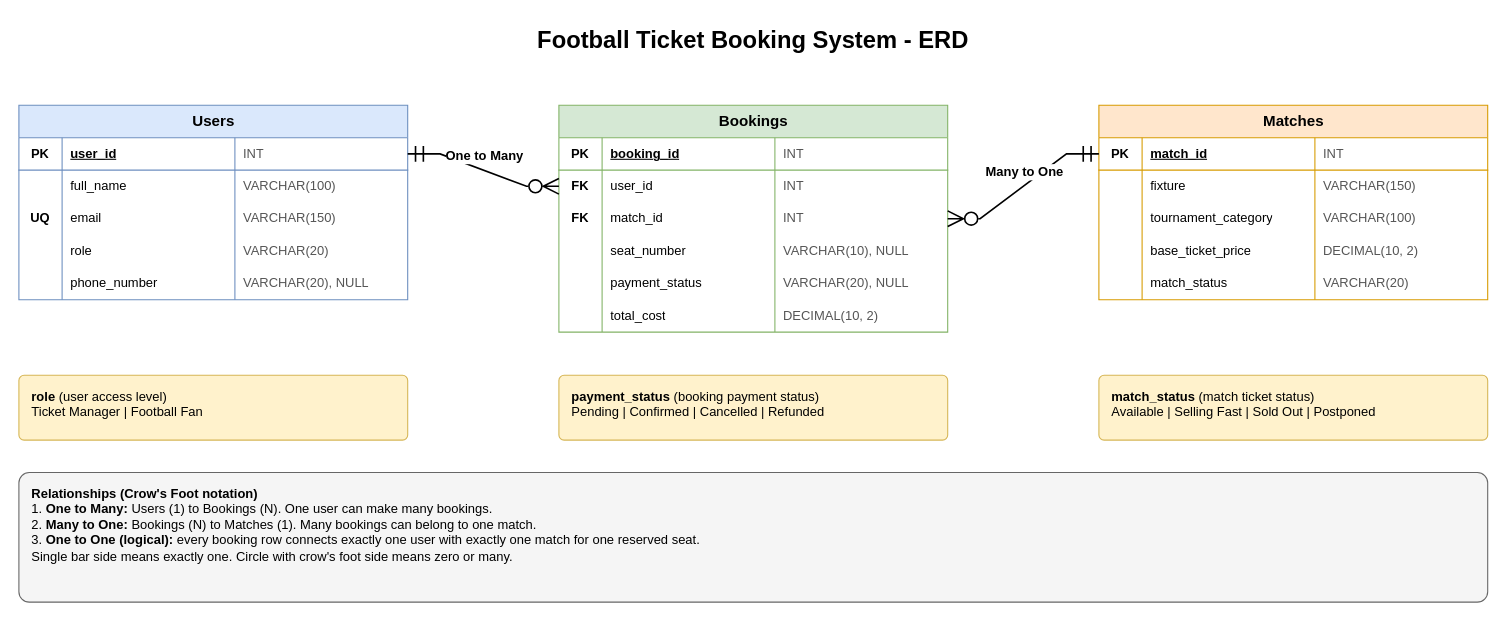
ebrahim2355/football-ticket-booking-system keeps this draw.io diagram as ERD.drawio. Above is the earlier version. Source tidied: cells renumbered, new cells numbered last; positions are measured from the earlier drawing's top-left corner, leaving out a move shared by most shapes. Both pictures are drawn from the tidied source at 108%, with x=0, y=0 at pixel (18, 18).
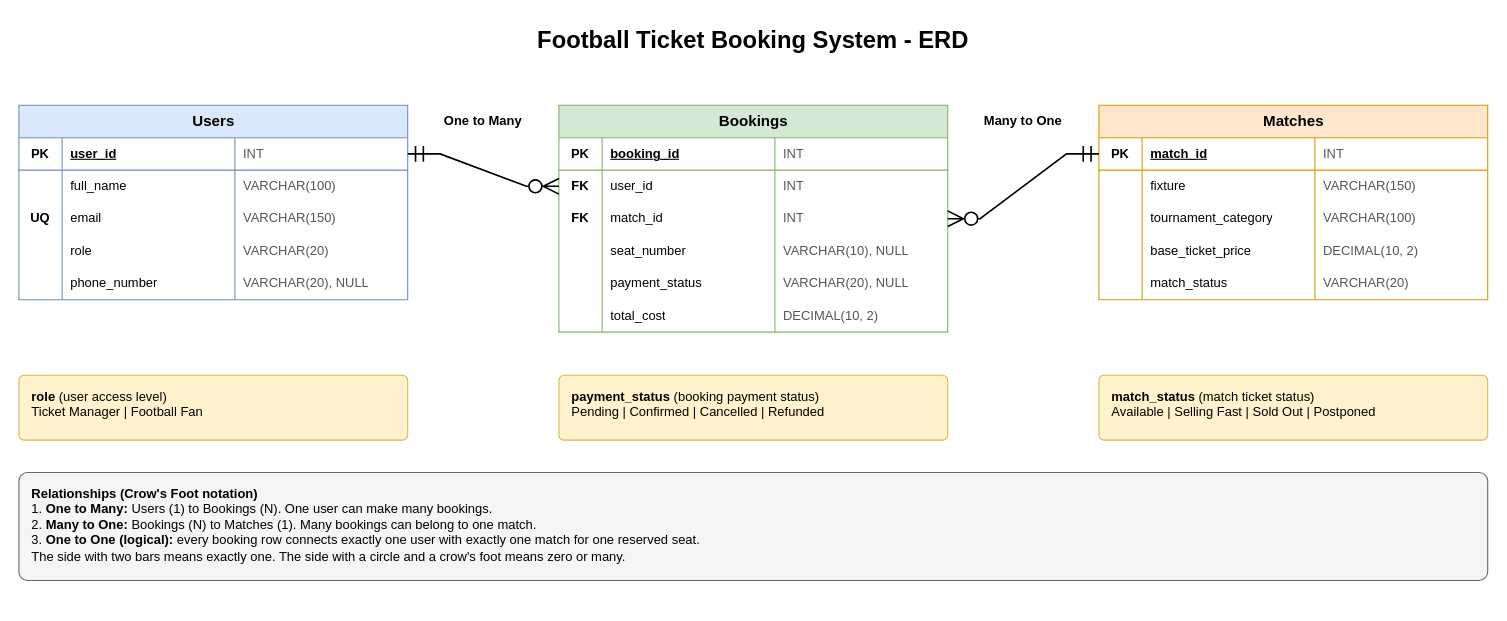
The same page after the edit.

Commit message:
erd relationship labels fixed

The change refers to these unchanged cells:
```xml
<mxCell id="70" style="edgeStyle=entityRelationEdgeStyle;fontSize=12;html=1;startArrow=ERmandOne;startFill=0;startSize=12;endArrow=ERzeroToMany;endFill=0;endSize=12;rounded=0;strokeWidth=1.5;" parent="1" edge="1" source="4" target="29">
  <mxGeometry relative="1" as="geometry" />
</mxCell>
<mxCell id="72" style="edgeStyle=entityRelationEdgeStyle;fontSize=12;html=1;startArrow=ERmandOne;startFill=0;startSize=12;endArrow=ERzeroToMany;endFill=0;endSize=12;rounded=0;strokeWidth=1.5;" parent="1" edge="1" source="50" target="33">
  <mxGeometry relative="1" as="geometry" />
</mxCell>
```

The edit, as a diff of the source:
```diff
@@
-    <mxCell id="71" value="One to Many" style="edgeLabel;html=1;align=center;verticalAlign=middle;fontSize=12;fontStyle=1;" parent="70" vertex="1">
-      <mxGeometry relative="1" as="geometry">
-        <mxPoint y="-14" as="offset" />
-      </mxGeometry>
+    <mxCell id="71" value="One to Many" style="text;html=1;strokeColor=none;fillColor=none;align=center;verticalAlign=middle;whiteSpace=wrap;rounded=0;fontSize=12;fontStyle=1;" parent="1" vertex="1">
+      <mxGeometry x="360" y="83" width="140" height="24" as="geometry" />
     </mxCell>
@@
-    <mxCell id="73" value="Many to One" style="edgeLabel;html=1;align=center;verticalAlign=middle;fontSize=12;fontStyle=1;" parent="72" vertex="1">
-      <mxGeometry relative="1" as="geometry">
-        <mxPoint y="-14" as="offset" />
-      </mxGeometry>
+    <mxCell id="73" value="Many to One" style="text;html=1;strokeColor=none;fillColor=none;align=center;verticalAlign=middle;whiteSpace=wrap;rounded=0;fontSize=12;fontStyle=1;" parent="1" vertex="1">
+      <mxGeometry x="860" y="83" width="140" height="24" as="geometry" />
     </mxCell>
@@
-    <mxCell id="77" value="&lt;b&gt;Relationships (Crow's Foot notation)&lt;/b&gt;&lt;br&gt;1. &lt;b&gt;One to Many:&lt;/b&gt; Users (1) to Bookings (N). One user can make many bookings.&lt;br&gt;2. &lt;b&gt;Many to One:&lt;/b&gt; Bookings (N) to Matches (1). Many bookings can belong to one match.&lt;br&gt;3. &lt;b&gt;One to One (logical):&lt;/b&gt; every booking row connects exactly one user with exactly one match for one reserved seat.&lt;br&gt;Single bar side means exactly one. Circle with crow's foot side means zero or many." style="rounded=1;arcSize=8;whiteSpace=wrap;html=1;fillColor=#f5f5f5;strokeColor=#666666;align=left;verticalAlign=top;spacingLeft=10;spacingTop=6;spacingRight=10;fontSize=12;" parent="1" vertex="1">
-      <mxGeometry y="420" width="1360" height="120" as="geometry" />
+    <mxCell id="77" value="&lt;b&gt;Relationships (Crow's Foot notation)&lt;/b&gt;&lt;br&gt;1. &lt;b&gt;One to Many:&lt;/b&gt; Users (1) to Bookings (N). One user can make many bookings.&lt;br&gt;2. &lt;b&gt;Many to One:&lt;/b&gt; Bookings (N) to Matches (1). Many bookings can belong to one match.&lt;br&gt;3. &lt;b&gt;One to One (logical):&lt;/b&gt; every booking row connects exactly one user with exactly one match for one reserved seat.&lt;br&gt;The side with two bars means exactly one. The side with a circle and a crow's foot means zero or many." style="rounded=1;arcSize=8;whiteSpace=wrap;html=1;fillColor=#f5f5f5;strokeColor=#666666;align=left;verticalAlign=top;spacingLeft=10;spacingTop=6;spacingRight=10;fontSize=12;" parent="1" vertex="1">
+      <mxGeometry y="420" width="1360" height="100" as="geometry" />
     </mxCell>
```
